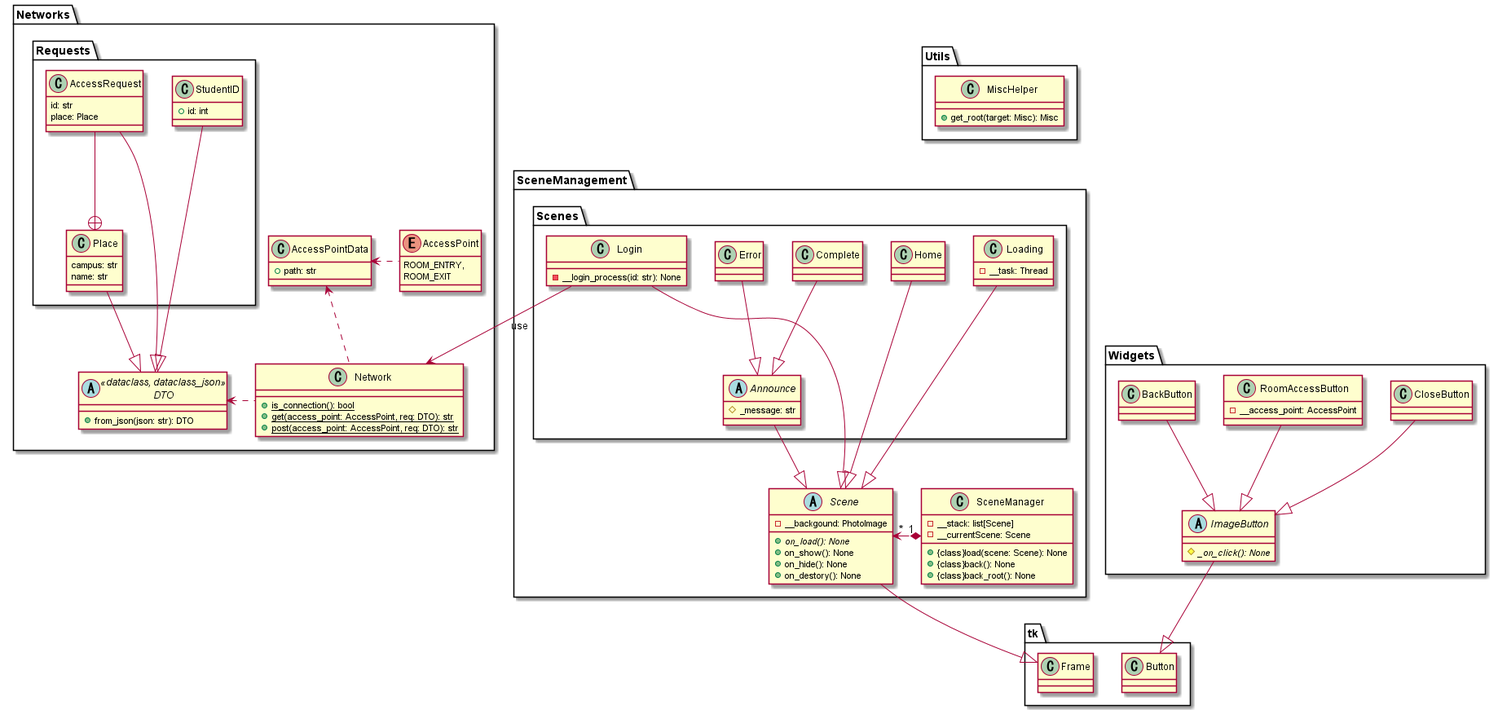
Above: UMLs/Class Diagrams/All/AllClass.png in nmskm240/NITeRAS (PlantUML), before the change.
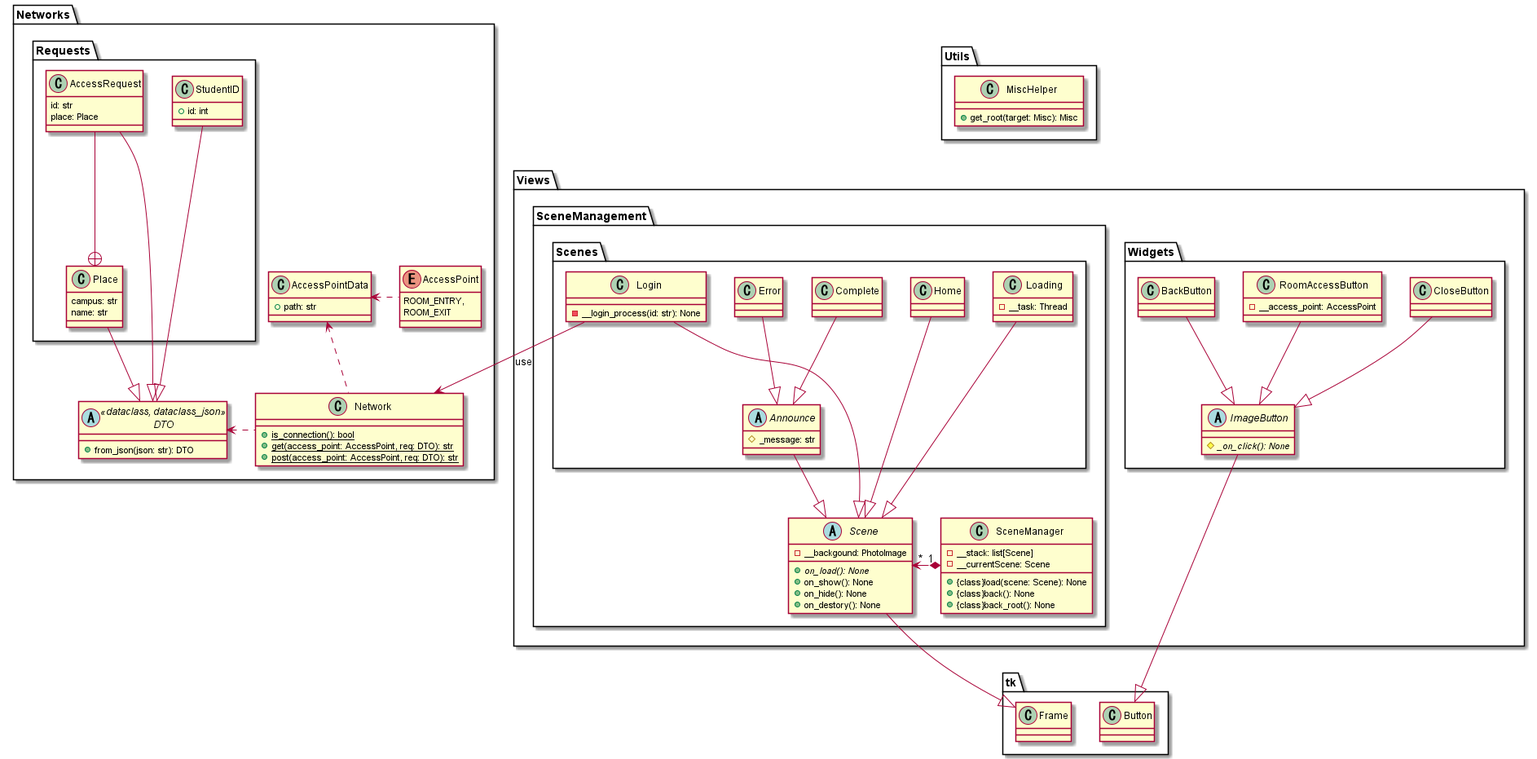
The same file after the commit.

What changed in the source:
```diff
@@ -46,46 +46,6 @@
     }
 }
 
-package SceneManagement
-{
-    class SceneManager
-    {
-        -__stack: list[Scene]
-        -__currentScene: Scene
-        +{class}load(scene: Scene): None
-        +{class}back(): None
-        +{class}back_root(): None
-    }
-
-    abstract Scene
-    {
-        -__backgound: PhotoImage
-        +{abstract}on_load(): None
-        +on_show(): None
-        +on_hide(): None
-        +on_destory(): None
-    }
-
-    package Scenes
-    {
-        abstract Announce
-        {
-            #_message: str
-        }
-        class Complete
-        class Error
-        class Home
-        class Login
-        {
-            -__login_process(id: str): None
-        }
-        class Loading
-        {
-            -__task: Thread
-        }
-    }
-}
-
 package Utils
 {
     class MiscHelper
@@ -94,17 +54,60 @@
     }
 }
 
-package Widgets
+package Views
 {
-    class BackButton
-    class CloseButton
-    abstract ImageButton
+    package SceneManagement
     {
-        #{abstract}_on_click(): None
+        class SceneManager
+        {
+            -__stack: list[Scene]
+            -__currentScene: Scene
+            +{class}load(scene: Scene): None
+            +{class}back(): None
+            +{class}back_root(): None
+        }
+
+        abstract Scene
+        {
+            -__backgound: PhotoImage
+            +{abstract}on_load(): None
+            +on_show(): None
+            +on_hide(): None
+            +on_destory(): None
+        }
+
+        package Scenes
+        {
+            abstract Announce
+            {
+                #_message: str
+            }
+            class Complete
+            class Error
+            class Home
+            class Login
+            {
+                -__login_process(id: str): None
+            }
+            class Loading
+            {
+                -__task: Thread
+            }
+        }
     }
-    class RoomAccessButton
+
+    package Widgets
     {
-        -__access_point: AccessPoint
+        class BackButton
+        class CloseButton
+        abstract ImageButton
+        {
+            #{abstract}_on_click(): None
+        }
+        class RoomAccessButton
+        {
+            -__access_point: AccessPoint
+        }
     }
 }
 
```
